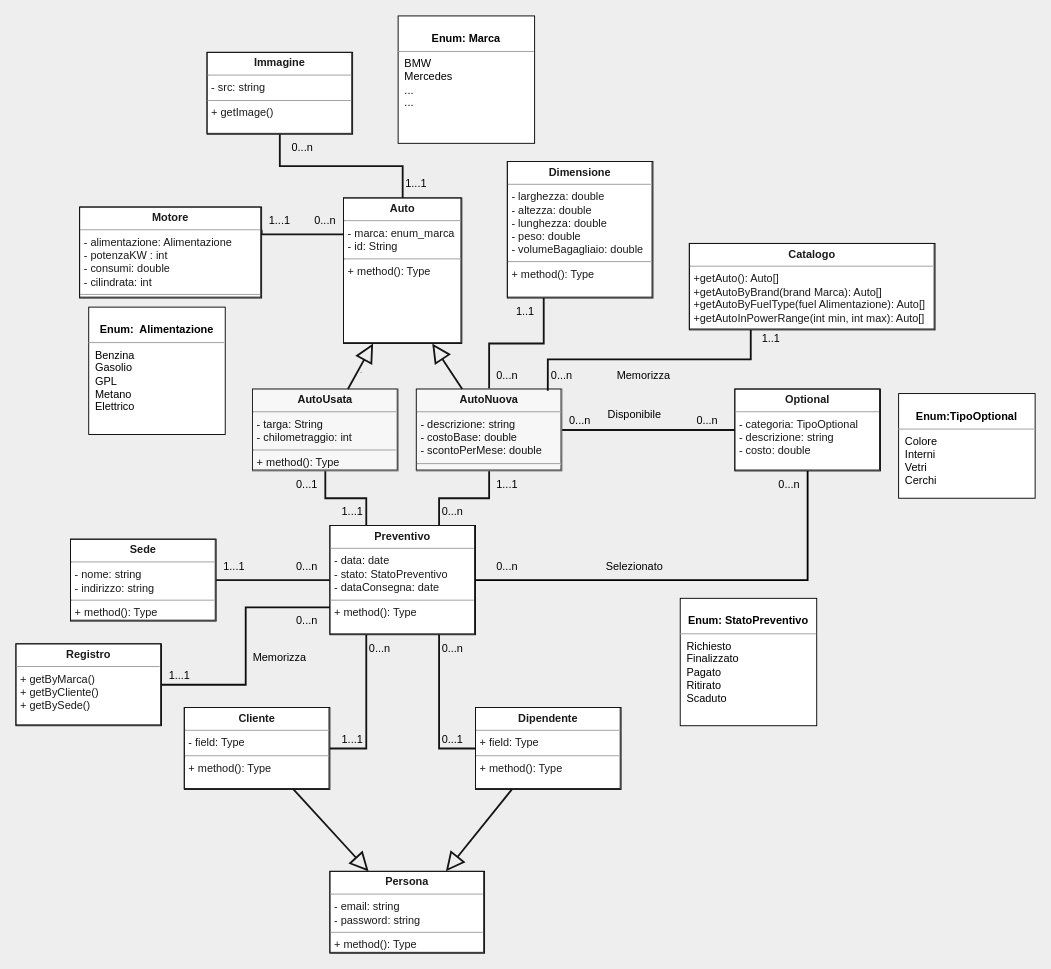
Above: doc/UMLdiagram.drawio in 446f6e6e79/ConfiguratoreAuto (draw.io), before the change. Source tidied: cells renumbered, new cells numbered last; positions are measured from the earlier drawing's top-left corner, leaving out a move shared by most shapes. Both pictures are drawn from the tidied source at 91%, with x=0, y=0 at pixel (15, 15).
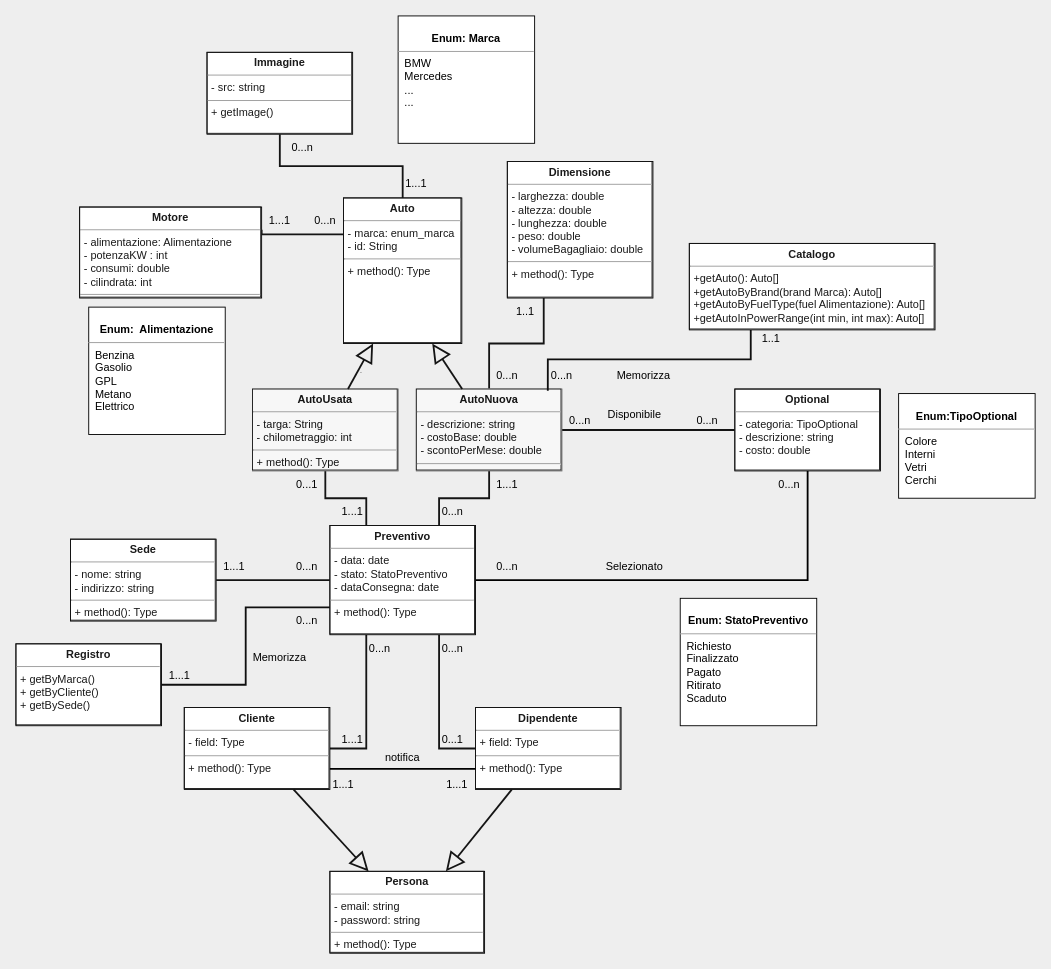
The same diagram, later.

The change refers to these unchanged cells:
```xml
<mxCell id="17" value="&lt;p style=&quot;margin:0px;margin-top:4px;text-align:center;&quot;&gt;&lt;b&gt;Cliente&lt;/b&gt;&lt;/p&gt;&lt;hr size=&quot;1&quot;&gt;&lt;p style=&quot;margin:0px;margin-left:4px;&quot;&gt;- field: Type&lt;/p&gt;&lt;hr size=&quot;1&quot;&gt;&lt;p style=&quot;margin:0px;margin-left:4px;&quot;&gt;+ method(): Type&lt;/p&gt;" style="verticalAlign=top;align=left;overflow=fill;fontSize=12;fontFamily=Helvetica;html=1;labelBorderColor=#141414;fillColor=#FFFFFF;strokeColor=default;fontColor=#1A1A1A;rounded=0;" parent="1" vertex="1">
  <mxGeometry x="185" y="760" width="160" height="90" as="geometry" />
</mxCell>
<mxCell id="38" value="&lt;p style=&quot;margin:0px;margin-top:4px;text-align:center;&quot;&gt;&lt;b&gt;Dipendente&lt;/b&gt;&lt;/p&gt;&lt;hr size=&quot;1&quot;&gt;&lt;p style=&quot;margin:0px;margin-left:4px;&quot;&gt;+ field: Type&lt;/p&gt;&lt;hr size=&quot;1&quot;&gt;&lt;p style=&quot;margin:0px;margin-left:4px;&quot;&gt;+ method(): Type&lt;/p&gt;" style="verticalAlign=top;align=left;overflow=fill;fontSize=12;fontFamily=Helvetica;html=1;labelBorderColor=#141414;fillColor=#FFFFFF;strokeColor=default;fontColor=#1A1A1A;rounded=0;" parent="1" vertex="1">
  <mxGeometry x="505" y="760" width="160" height="90" as="geometry" />
</mxCell>
```

What changed in the source:
```diff
@@
+    <mxCell id="65" style="edgeStyle=orthogonalEdgeStyle;rounded=0;jettySize=auto;html=1;entryX=1;entryY=0.75;entryDx=0;entryDy=0;fontColor=#000000;strokeColor=#000000;strokeWidth=2;endArrow=none;endFill=0;exitX=0;exitY=0.75;exitDx=0;exitDy=0;" parent="1" edge="1" source="38" target="17">
+      <mxGeometry relative="1" as="geometry" />
+    </mxCell>
+    <mxCell id="66" value="1...1" style="text;html=1;align=center;verticalAlign=middle;whiteSpace=wrap;rounded=0;fontColor=#000000;" parent="1" vertex="1">
+      <mxGeometry x="330" y="830" width="60" height="30" as="geometry" />
+    </mxCell>
+    <mxCell id="67" value="1...1" style="text;html=1;align=center;verticalAlign=middle;whiteSpace=wrap;rounded=0;fontColor=#000000;" parent="1" vertex="1">
+      <mxGeometry x="455" y="830" width="60" height="30" as="geometry" />
+    </mxCell>
+    <mxCell id="68" value="notifica" style="text;html=1;align=center;verticalAlign=middle;whiteSpace=wrap;rounded=0;fontColor=#000000;" parent="1" vertex="1">
+      <mxGeometry x="395" y="800" width="60" height="30" as="geometry" />
+    </mxCell>
```
